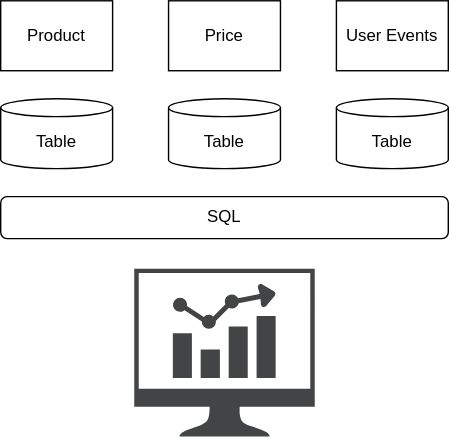
Before: data_platform_dashboard.drawio.svg, a diagram exported from draw.io (data-and-cloud/draw-io). Source tidied: cells renumbered, new cells last; positions are measured from the earlier drawing's top-left corner, leaving out a move shared by most shapes.
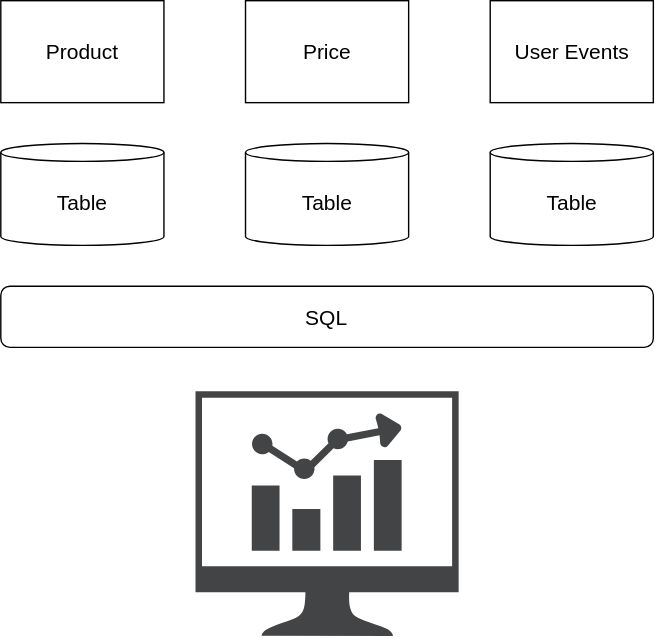
The same diagram one commit later.

Change to the diagram source:
```diff
@@ -2,29 +2,32 @@
   <root>
     <mxCell id="0" />
     <mxCell id="1" parent="0" />
+    <mxCell id="10" style="group;" parent="1" vertex="1">
+      <mxGeometry width="466.4" height="454" as="geometry" />
+    </mxCell>
-    <mxCell id="2" value="Product" style="rounded=0;whiteSpace=wrap;html=1;" parent="1" vertex="1">
-      <mxGeometry width="80" height="50" as="geometry" />
+    <mxCell id="2" value="Product" style="rounded=0;whiteSpace=wrap;html=1;fontSize=15;" parent="10" vertex="1">
+      <mxGeometry width="116.6" height="72.9" as="geometry" />
     </mxCell>
-    <mxCell id="3" value="Price" style="rounded=0;whiteSpace=wrap;html=1;" parent="1" vertex="1">
-      <mxGeometry x="120" width="80" height="50" as="geometry" />
+    <mxCell id="3" value="Price" style="rounded=0;whiteSpace=wrap;html=1;fontSize=15;" parent="10" vertex="1">
+      <mxGeometry x="174.9" width="116.6" height="72.9" as="geometry" />
     </mxCell>
-    <mxCell id="4" value="User Events" style="rounded=0;whiteSpace=wrap;html=1;" parent="1" vertex="1">
-      <mxGeometry x="240" width="80" height="50" as="geometry" />
+    <mxCell id="4" value="User Events" style="rounded=0;whiteSpace=wrap;html=1;fontSize=15;" parent="10" vertex="1">
+      <mxGeometry x="349.8" width="116.6" height="72.9" as="geometry" />
     </mxCell>
-    <mxCell id="5" value="Table" style="shape=cylinder3;whiteSpace=wrap;html=1;boundedLbl=1;backgroundOutline=1;size=6.407407407407362;" parent="1" vertex="1">
-      <mxGeometry x="120" y="70" width="80" height="50" as="geometry" />
+    <mxCell id="5" value="Table" style="shape=cylinder3;whiteSpace=wrap;html=1;boundedLbl=1;backgroundOutline=1;size=6.407407407407362;fontSize=15;" parent="10" vertex="1">
+      <mxGeometry x="174.9" y="102" width="116.6" height="72.9" as="geometry" />
     </mxCell>
-    <mxCell id="6" value="Table" style="shape=cylinder3;whiteSpace=wrap;html=1;boundedLbl=1;backgroundOutline=1;size=6.407407407407362;" parent="1" vertex="1">
-      <mxGeometry y="70" width="80" height="50" as="geometry" />
+    <mxCell id="6" value="Table" style="shape=cylinder3;whiteSpace=wrap;html=1;boundedLbl=1;backgroundOutline=1;size=6.407407407407362;fontSize=15;" parent="10" vertex="1">
+      <mxGeometry y="102" width="116.6" height="72.9" as="geometry" />
     </mxCell>
-    <mxCell id="7" value="Table" style="shape=cylinder3;whiteSpace=wrap;html=1;boundedLbl=1;backgroundOutline=1;size=6.407407407407362;" parent="1" vertex="1">
-      <mxGeometry x="240" y="70" width="80" height="50" as="geometry" />
+    <mxCell id="7" value="Table" style="shape=cylinder3;whiteSpace=wrap;html=1;boundedLbl=1;backgroundOutline=1;size=6.407407407407362;fontSize=15;" parent="10" vertex="1">
+      <mxGeometry x="349.8" y="102" width="116.6" height="72.9" as="geometry" />
     </mxCell>
-    <mxCell id="8" style="sketch=0;shadow=0;dashed=0;html=1;strokeColor=none;fillColor=#434445;labelPosition=center;verticalLabelPosition=bottom;verticalAlign=top;align=center;shape=mxgraph.vvd.nsx_dashboard;" parent="1" vertex="1">
-      <mxGeometry x="95.5" y="191.5" width="129" height="120" as="geometry" />
+    <mxCell id="8" style="sketch=0;shadow=0;dashed=0;html=1;strokeColor=none;fillColor=#434445;labelPosition=center;verticalLabelPosition=bottom;verticalAlign=top;align=center;shape=mxgraph.vvd.nsx_dashboard;" parent="10" vertex="1">
+      <mxGeometry x="139.2" y="279.1" width="188.1" height="174.9" as="geometry" />
     </mxCell>
-    <mxCell id="9" value="SQL" style="rounded=1;whiteSpace=wrap;html=1;" parent="1" vertex="1">
-      <mxGeometry y="140" width="320" height="30" as="geometry" />
+    <mxCell id="9" value="SQL" style="rounded=1;whiteSpace=wrap;html=1;fontSize=15;" parent="10" vertex="1">
+      <mxGeometry y="204" width="466.4" height="43.7" as="geometry" />
     </mxCell>
   </root>
 </mxGraphModel>
```
